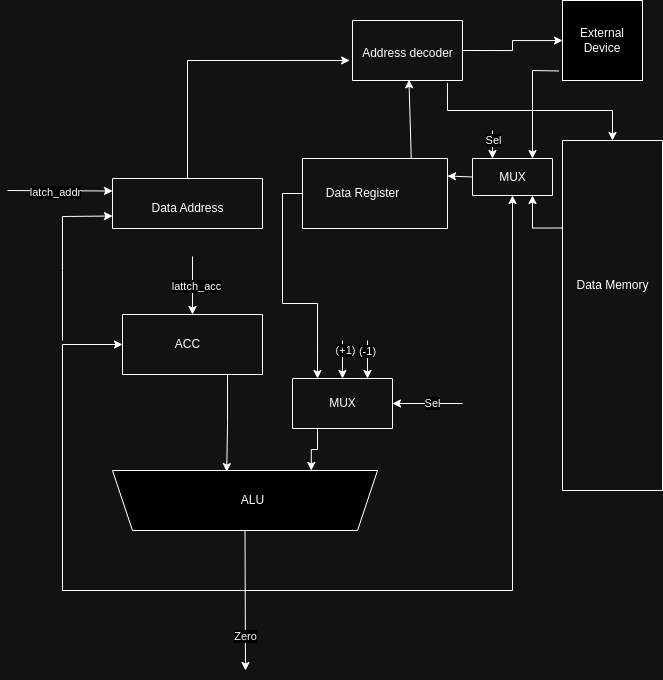
Before: img/dp.png, a diagram exported from draw.io (ExDoZu/csa). Source tidied: cells renumbered, new cells last; positions are measured from the earlier drawing's top-left corner, leaving out a move shared by most shapes. Its diagram source:
```xml
<mxGraphModel>
  <root>
    <mxCell id="0" />
    <mxCell id="1" parent="0" />
    <mxCell id="2" style="edgeStyle=orthogonalEdgeStyle;rounded=0;jettySize=auto;html=1;exitX=0;exitY=0.25;exitDx=0;exitDy=0;entryX=0.75;entryY=1;entryDx=0;entryDy=0;" parent="1" edge="1" source="3" target="11">
      <mxGeometry relative="1" as="geometry" />
    </mxCell>
    <mxCell id="3" style="swimlane;startSize=0;" parent="1" vertex="1">
      <mxGeometry x="555" y="140" width="100" height="350" as="geometry" />
    </mxCell>
    <mxCell id="4" value="Data Memory" style="text;html=1;align=center;verticalAlign=middle;strokeColor=none;fillColor=none;" parent="3" vertex="1">
      <mxGeometry y="130" width="100" height="30" as="geometry" />
    </mxCell>
    <mxCell id="5" style="edgeStyle=orthogonalEdgeStyle;rounded=0;jettySize=auto;html=1;exitX=1;exitY=0.5;exitDx=0;exitDy=0;" parent="1" edge="1" source="6" target="10">
      <mxGeometry relative="1" as="geometry" />
    </mxCell>
    <mxCell id="6" style="swimlane;startSize=0;" parent="1" vertex="1">
      <mxGeometry x="345" y="20" width="110" height="60" as="geometry" />
    </mxCell>
    <mxCell id="7" value="Address decoder&lt;div&gt;&lt;br/&gt;&lt;/div&gt;" style="text;html=1;align=center;verticalAlign=middle;points=[];strokeColor=none;fillColor=none;" parent="6" vertex="1">
      <mxGeometry y="20" width="110" height="40" as="geometry" />
    </mxCell>
    <mxCell id="8" style="swimlane;startSize=0;" parent="1" vertex="1">
      <mxGeometry x="105" y="178" width="150" height="50" as="geometry" />
    </mxCell>
    <mxCell id="9" value="Data Address" style="text;html=1;align=center;verticalAlign=middle;strokeColor=none;fillColor=none;" parent="8" vertex="1">
      <mxGeometry x="25" y="15" width="100" height="30" as="geometry" />
    </mxCell>
    <mxCell id="10" value="External Device" style="whiteSpace=wrap;html=1;" parent="1" vertex="1">
      <mxGeometry x="555" width="80" height="80" as="geometry" />
    </mxCell>
    <mxCell id="11" style="swimlane;startSize=0;" parent="1" vertex="1">
      <mxGeometry x="465" y="158" width="80" height="37" as="geometry" />
    </mxCell>
    <mxCell id="12" value="MUX" style="text;html=1;align=center;verticalAlign=middle;strokeColor=none;fillColor=none;" parent="11" vertex="1">
      <mxGeometry x="15" y="3.5" width="50" height="30" as="geometry" />
    </mxCell>
    <mxCell id="13" value="&lt;div&gt;&lt;br/&gt;&lt;/div&gt;" style="shape=trapezoid;perimeter=trapezoidPerimeter;whiteSpace=wrap;html=1;fixedSize=1;rotation=-180;" parent="1" vertex="1">
      <mxGeometry x="105" y="470" width="265" height="60" as="geometry" />
    </mxCell>
    <mxCell id="14" value="ALU" style="text;html=1;align=center;verticalAlign=middle;strokeColor=none;fillColor=none;" parent="1" vertex="1">
      <mxGeometry x="220" y="485" width="50" height="30" as="geometry" />
    </mxCell>
    <mxCell id="15" style="swimlane;startSize=0;" parent="1" vertex="1">
      <mxGeometry x="115" y="314" width="140" height="60" as="geometry" />
    </mxCell>
    <mxCell id="16" value="ACC" style="text;html=1;align=center;verticalAlign=middle;strokeColor=none;fillColor=none;" parent="15" vertex="1">
      <mxGeometry x="40" y="15" width="50" height="30" as="geometry" />
    </mxCell>
    <mxCell id="17" style="endArrow=classic;html=1;rounded=0;entryX=0;entryY=0.25;entryDx=0;entryDy=0;" parent="1" edge="1" target="8">
      <mxGeometry relative="1" as="geometry">
        <mxPoint y="190" as="sourcePoint" />
      </mxGeometry>
    </mxCell>
    <mxCell id="18" value="latch_addr" style="edgeLabel;html=1;align=center;verticalAlign=middle;" parent="17" vertex="1">
      <mxGeometry x="-0.1" y="-1" relative="1" as="geometry" />
    </mxCell>
    <mxCell id="19" style="endArrow=classic;html=1;rounded=0;entryX=0.5;entryY=0;entryDx=0;entryDy=0;" parent="1" edge="1" target="15">
      <mxGeometry relative="1" as="geometry">
        <mxPoint x="185" y="256" as="sourcePoint" />
      </mxGeometry>
    </mxCell>
    <mxCell id="20" value="lattch_acc" style="edgeLabel;html=1;align=center;verticalAlign=middle;" parent="19" vertex="1">
      <mxGeometry x="0.01" y="3" relative="1" as="geometry" />
    </mxCell>
    <mxCell id="21" style="edgeStyle=orthogonalEdgeStyle;rounded=0;jettySize=auto;html=1;exitX=0;exitY=0.5;exitDx=0;exitDy=0;entryX=0.25;entryY=0;entryDx=0;entryDy=0;" parent="1" edge="1" source="22" target="25">
      <mxGeometry relative="1" as="geometry" />
    </mxCell>
    <mxCell id="22" style="swimlane;startSize=0;" parent="1" vertex="1">
      <mxGeometry x="295" y="158" width="145" height="70" as="geometry" />
    </mxCell>
    <mxCell id="23" value="Data Register" style="text;html=1;align=center;verticalAlign=middle;strokeColor=none;fillColor=none;" parent="1" vertex="1">
      <mxGeometry x="305" y="178" width="100" height="30" as="geometry" />
    </mxCell>
    <mxCell id="24" style="edgeStyle=orthogonalEdgeStyle;rounded=0;jettySize=auto;html=1;exitX=0.25;exitY=1;exitDx=0;exitDy=0;entryX=0.25;entryY=1;entryDx=0;entryDy=0;" parent="1" edge="1" source="25" target="13">
      <mxGeometry relative="1" as="geometry" />
    </mxCell>
    <mxCell id="25" style="swimlane;startSize=0;" parent="1" vertex="1">
      <mxGeometry x="285" y="378" width="100" height="50" as="geometry" />
    </mxCell>
    <mxCell id="26" value="MUX" style="text;html=1;align=center;verticalAlign=middle;strokeColor=none;fillColor=none;" parent="25" vertex="1">
      <mxGeometry x="25" y="10" width="50" height="30" as="geometry" />
    </mxCell>
    <mxCell id="27" style="endArrow=classic;html=1;rounded=0;entryX=0.5;entryY=0;entryDx=0;entryDy=0;" parent="1" edge="1" target="25">
      <mxGeometry relative="1" as="geometry">
        <mxPoint x="335" y="340" as="sourcePoint" />
      </mxGeometry>
    </mxCell>
    <mxCell id="28" value="(+1)" style="edgeLabel;html=1;align=center;verticalAlign=middle;" parent="27" vertex="1">
      <mxGeometry x="-0.47" y="2" relative="1" as="geometry" />
    </mxCell>
    <mxCell id="29" style="endArrow=classic;html=1;rounded=0;entryX=0.75;entryY=0;entryDx=0;entryDy=0;" parent="1" edge="1" target="25">
      <mxGeometry relative="1" as="geometry">
        <mxPoint x="360" y="340" as="sourcePoint" />
      </mxGeometry>
    </mxCell>
    <mxCell id="30" value="(-1)" style="edgeLabel;html=1;align=center;verticalAlign=middle;" parent="29" vertex="1">
      <mxGeometry x="-0.42" y="-1" relative="1" as="geometry" />
    </mxCell>
    <mxCell id="31" style="endArrow=classic;html=1;rounded=0;entryX=1;entryY=0.5;entryDx=0;entryDy=0;" parent="1" edge="1" target="25">
      <mxGeometry relative="1" as="geometry">
        <mxPoint x="455" y="403" as="sourcePoint" />
      </mxGeometry>
    </mxCell>
    <mxCell id="32" value="Sel" style="edgeLabel;html=1;align=center;verticalAlign=middle;" parent="31" vertex="1">
      <mxGeometry x="-0.11" y="-1" relative="1" as="geometry" />
    </mxCell>
    <mxCell id="33" style="edgeStyle=orthogonalEdgeStyle;rounded=0;jettySize=auto;html=1;exitX=0.75;exitY=1;exitDx=0;exitDy=0;entryX=0.569;entryY=0.981;entryDx=0;entryDy=0;entryPerimeter=0;" parent="1" edge="1" source="15" target="13">
      <mxGeometry relative="1" as="geometry" />
    </mxCell>
    <mxCell id="34" style="endArrow=classic;html=1;rounded=0;exitX=0.5;exitY=0;exitDx=0;exitDy=0;" parent="1" edge="1" source="13">
      <mxGeometry relative="1" as="geometry">
        <mxPoint x="238" y="670" as="targetPoint" />
      </mxGeometry>
    </mxCell>
    <mxCell id="35" value="Zero" style="edgeLabel;html=1;align=center;verticalAlign=middle;" parent="34" vertex="1">
      <mxGeometry x="0.5" relative="1" as="geometry" />
    </mxCell>
    <mxCell id="36" style="endArrow=classic;html=1;rounded=0;entryX=0;entryY=0.5;entryDx=0;entryDy=0;" parent="1" edge="1" target="15">
      <mxGeometry relative="1" as="geometry">
        <mxPoint x="235" y="590" as="sourcePoint" />
        <Array as="points">
          <mxPoint x="55" y="590" />
          <mxPoint x="55" y="344" />
        </Array>
      </mxGeometry>
    </mxCell>
    <mxCell id="37" style="endArrow=classic;html=1;rounded=0;exitX=0.75;exitY=0;exitDx=0;exitDy=0;entryX=0.513;entryY=0.982;entryDx=0;entryDy=0;entryPerimeter=0;" parent="1" edge="1" source="22" target="7">
      <mxGeometry relative="1" as="geometry" />
    </mxCell>
    <mxCell id="38" style="endArrow=classic;html=1;rounded=0;entryX=0.5;entryY=1;entryDx=0;entryDy=0;" parent="1" edge="1" target="11">
      <mxGeometry relative="1" as="geometry">
        <mxPoint x="235" y="590" as="sourcePoint" />
        <Array as="points">
          <mxPoint x="505" y="590" />
        </Array>
      </mxGeometry>
    </mxCell>
    <mxCell id="39" style="endArrow=classic;html=1;rounded=0;exitX=0;exitY=0.5;exitDx=0;exitDy=0;entryX=1;entryY=0.25;entryDx=0;entryDy=0;" parent="1" edge="1" source="11" target="22">
      <mxGeometry relative="1" as="geometry" />
    </mxCell>
    <mxCell id="40" style="endArrow=classic;html=1;rounded=0;entryX=0.25;entryY=0;entryDx=0;entryDy=0;" parent="1" edge="1" target="11">
      <mxGeometry relative="1" as="geometry">
        <mxPoint x="485" y="130" as="sourcePoint" />
      </mxGeometry>
    </mxCell>
    <mxCell id="41" value="Sel" style="edgeLabel;html=1;align=center;verticalAlign=middle;" parent="40" vertex="1">
      <mxGeometry x="-0.34" relative="1" as="geometry" />
    </mxCell>
    <mxCell id="42" style="endArrow=classic;html=1;rounded=0;entryX=0;entryY=0.75;entryDx=0;entryDy=0;" parent="1" edge="1" target="8">
      <mxGeometry relative="1" as="geometry">
        <mxPoint x="55" y="340" as="sourcePoint" />
        <Array as="points">
          <mxPoint x="55" y="270" />
          <mxPoint x="55" y="216" />
        </Array>
      </mxGeometry>
    </mxCell>
    <mxCell id="43" style="endArrow=classic;html=1;rounded=0;exitX=0.5;exitY=0;exitDx=0;exitDy=0;entryX=-0.026;entryY=0.499;entryDx=0;entryDy=0;entryPerimeter=0;" parent="1" edge="1" source="8" target="7">
      <mxGeometry relative="1" as="geometry">
        <Array as="points">
          <mxPoint x="180" y="60" />
        </Array>
      </mxGeometry>
    </mxCell>
    <mxCell id="44" style="endArrow=classic;html=1;rounded=0;exitX=0.863;exitY=1.061;exitDx=0;exitDy=0;exitPerimeter=0;entryX=0.5;entryY=0;entryDx=0;entryDy=0;" parent="1" edge="1" source="7" target="3">
      <mxGeometry relative="1" as="geometry">
        <Array as="points">
          <mxPoint x="440" y="110" />
          <mxPoint x="605" y="110" />
        </Array>
      </mxGeometry>
    </mxCell>
    <mxCell id="45" style="endArrow=classic;html=1;rounded=0;exitX=-0.044;exitY=0.881;exitDx=0;exitDy=0;exitPerimeter=0;entryX=0.75;entryY=0;entryDx=0;entryDy=0;" parent="1" edge="1" source="10" target="11">
      <mxGeometry relative="1" as="geometry">
        <Array as="points">
          <mxPoint x="525" y="70" />
        </Array>
      </mxGeometry>
    </mxCell>
  </root>
</mxGraphModel>
```
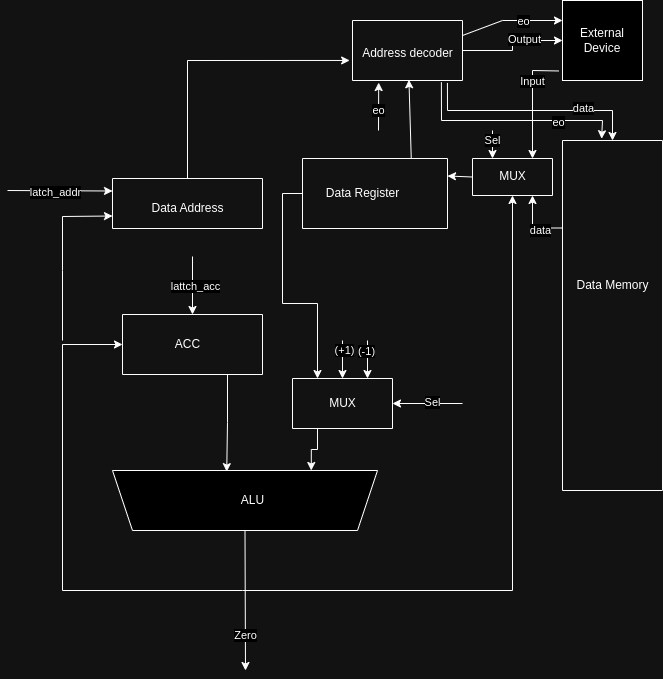
After the change.

What changed in the source:
```diff
@@ -5,6 +5,9 @@
     <mxCell id="2" style="edgeStyle=orthogonalEdgeStyle;rounded=0;jettySize=auto;html=1;exitX=0;exitY=0.25;exitDx=0;exitDy=0;entryX=0.75;entryY=1;entryDx=0;entryDy=0;" parent="1" edge="1" source="3" target="11">
       <mxGeometry relative="1" as="geometry" />
     </mxCell>
+    <mxCell id="46" value="data" style="edgeLabel;html=1;align=center;verticalAlign=middle;" parent="2" vertex="1">
+      <mxGeometry x="-0.27" y="2" relative="1" as="geometry" />
+    </mxCell>
     <mxCell id="3" style="swimlane;startSize=0;" parent="1" vertex="1">
       <mxGeometry x="555" y="140" width="100" height="350" as="geometry" />
     </mxCell>
@@ -14,6 +17,9 @@
     <mxCell id="5" style="edgeStyle=orthogonalEdgeStyle;rounded=0;jettySize=auto;html=1;exitX=1;exitY=0.5;exitDx=0;exitDy=0;" parent="1" edge="1" source="6" target="10">
       <mxGeometry relative="1" as="geometry" />
     </mxCell>
+    <mxCell id="47" value="Output" style="edgeLabel;html=1;align=center;verticalAlign=middle;" parent="5" vertex="1">
+      <mxGeometry x="0.3" y="1" relative="1" as="geometry" />
+    </mxCell>
     <mxCell id="6" style="swimlane;startSize=0;" parent="1" vertex="1">
       <mxGeometry x="345" y="20" width="110" height="60" as="geometry" />
     </mxCell>
@@ -171,6 +177,9 @@
         </Array>
       </mxGeometry>
     </mxCell>
+    <mxCell id="48" value="data" style="edgeLabel;html=1;align=center;verticalAlign=middle;" parent="44" vertex="1">
+      <mxGeometry x="0.47" y="2" relative="1" as="geometry" />
+    </mxCell>
     <mxCell id="45" style="endArrow=classic;html=1;rounded=0;exitX=-0.044;exitY=0.881;exitDx=0;exitDy=0;exitPerimeter=0;entryX=0.75;entryY=0;entryDx=0;entryDy=0;" parent="1" edge="1" source="10" target="11">
       <mxGeometry relative="1" as="geometry">
         <Array as="points">
@@ -178,5 +187,37 @@
         </Array>
       </mxGeometry>
     </mxCell>
+    <mxCell id="49" value="Input" style="edgeLabel;html=1;align=center;verticalAlign=middle;" parent="45" vertex="1">
+      <mxGeometry x="-0.34" relative="1" as="geometry" />
+    </mxCell>
+    <mxCell id="50" style="endArrow=classic;html=1;rounded=0;entryX=0.238;entryY=1.051;entryDx=0;entryDy=0;entryPerimeter=0;" parent="1" edge="1" target="7">
+      <mxGeometry relative="1" as="geometry">
+        <mxPoint x="371" y="130" as="sourcePoint" />
+      </mxGeometry>
+    </mxCell>
+    <mxCell id="51" value="eo" style="edgeLabel;html=1;align=center;verticalAlign=middle;" parent="50" vertex="1">
+      <mxGeometry x="-0.18" relative="1" as="geometry" />
+    </mxCell>
+    <mxCell id="52" style="endArrow=classic;html=1;rounded=0;exitX=1;exitY=0.25;exitDx=0;exitDy=0;entryX=0;entryY=0.25;entryDx=0;entryDy=0;" parent="1" edge="1" source="6" target="10">
+      <mxGeometry relative="1" as="geometry">
+        <Array as="points">
+          <mxPoint x="495" y="20" />
+        </Array>
+      </mxGeometry>
+    </mxCell>
+    <mxCell id="53" value="eo" style="edgeLabel;html=1;align=center;verticalAlign=middle;" parent="52" vertex="1">
+      <mxGeometry x="0.23" y="-1" relative="1" as="geometry" />
+    </mxCell>
+    <mxCell id="54" style="endArrow=classic;html=1;rounded=0;exitX=0.808;exitY=1.044;exitDx=0;exitDy=0;exitPerimeter=0;entryX=0.391;entryY=-0.005;entryDx=0;entryDy=0;entryPerimeter=0;" parent="1" edge="1" source="7" target="3">
+      <mxGeometry relative="1" as="geometry">
+        <Array as="points">
+          <mxPoint x="434" y="120" />
+          <mxPoint x="595" y="120" />
+        </Array>
+      </mxGeometry>
+    </mxCell>
+    <mxCell id="55" value="eo" style="edgeLabel;html=1;align=center;verticalAlign=middle;" parent="54" vertex="1">
+      <mxGeometry x="0.42" y="-2" relative="1" as="geometry" />
+    </mxCell>
   </root>
 </mxGraphModel>
```
